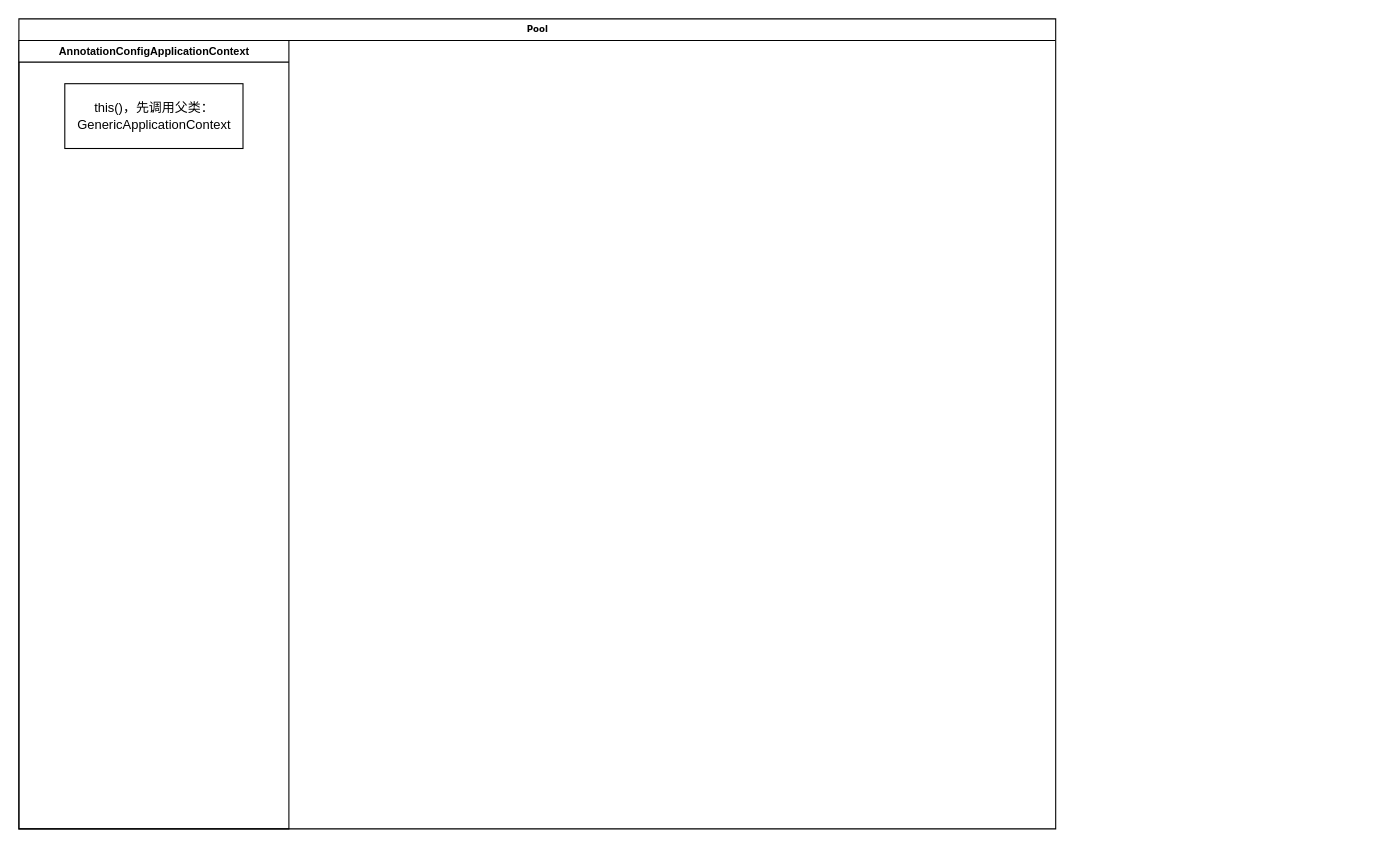
Before: 未命名绘图.drawio in Laspiirinne/PSO, a draw.io diagram. Source tidied: cells renumbered, new cells numbered last; positions are measured from the earlier drawing's top-left corner, leaving out a move shared by most shapes. Both pictures are drawn from the tidied source at 108%, with x=0, y=0 at pixel (18, 18).
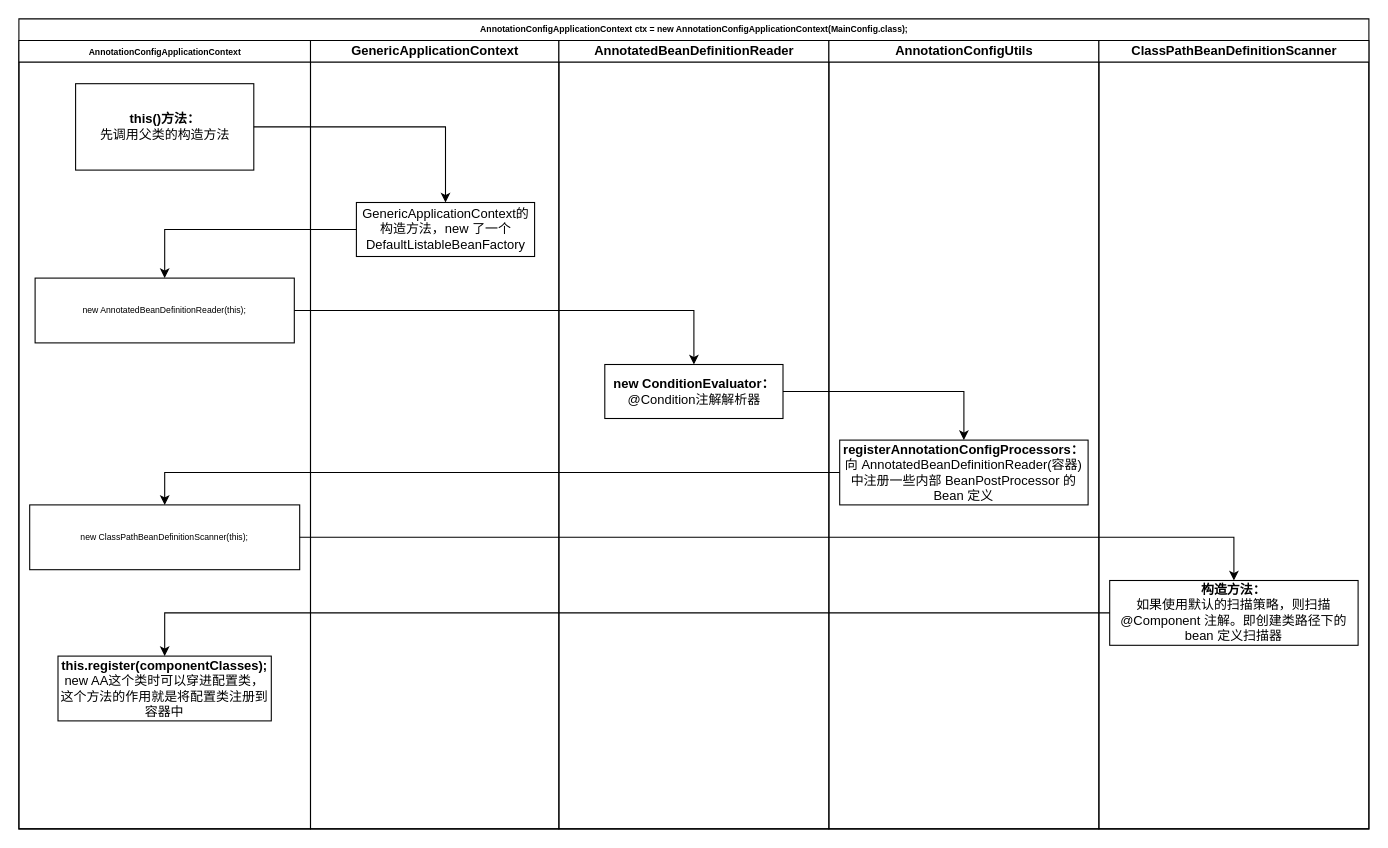
Above is the later version.

Commit message (it also covers changes not shown here):
更新未命名绘图.drawio

What changed in the source:
```diff
@@
-    <mxCell id="2" value="Pool" style="swimlane;html=1;startSize=20;rounded=0;shadow=0;labelBackgroundColor=none;strokeWidth=1;fontFamily=Verdana;fontSize=8;align=center;" parent="1" vertex="1">
-      <mxGeometry width="960" height="750" as="geometry" />
+    <mxCell id="2" value="&lt;strong style=&quot;text-align: start;&quot;&gt;&lt;font style=&quot;font-size: 8px;&quot; face=&quot;Helvetica&quot;&gt;&lt;font style=&quot;&quot;&gt;AnnotationConfigApplicationContext ctx = new A&lt;/font&gt;&lt;font style=&quot;&quot;&gt;nnotationConfigApplicationContext(MainConfig.class);&lt;/font&gt;&lt;/font&gt;&lt;/strong&gt;" style="swimlane;html=1;startSize=20;rounded=0;shadow=0;labelBackgroundColor=none;strokeWidth=1;fontFamily=Verdana;fontSize=8;align=center;" parent="1" vertex="1">
+      <mxGeometry width="1250" height="750" as="geometry" />
     </mxCell>
-    <mxCell id="3" value="&lt;strong style=&quot;font-family: &amp;quot;lucida grande&amp;quot;, &amp;quot;lucida sans unicode&amp;quot;, lucida, helvetica, &amp;quot;Hiragino Sans GB&amp;quot;, &amp;quot;Microsoft YaHei&amp;quot;, &amp;quot;WenQuanYi Micro Hei&amp;quot;, sans-serif; text-align: start;&quot;&gt;&lt;font style=&quot;font-size: 10px;&quot;&gt;AnnotationConfigApplicationContext&lt;/font&gt;&lt;/strong&gt;" style="swimlane;html=1;startSize=20;" parent="2" vertex="1">
-      <mxGeometry y="20" width="250" height="730" as="geometry" />
+    <mxCell id="3" value="&lt;strong style=&quot;text-align: start;&quot;&gt;&lt;font style=&quot;font-size: 8px;&quot;&gt;AnnotationConfigApplicationContext&lt;/font&gt;&lt;/strong&gt;" style="swimlane;html=1;startSize=20;" parent="2" vertex="1">
+      <mxGeometry y="20" width="270" height="730" as="geometry" />
     </mxCell>
-    <mxCell id="4" value="this()，先调用父类：&lt;br&gt;GenericApplicationContext" style="rounded=0;whiteSpace=wrap;html=1;" parent="3" vertex="1">
-      <mxGeometry x="42.5" y="40" width="165" height="60" as="geometry" />
+    <mxCell id="4" value="&lt;b&gt;this()方法：&lt;/b&gt;&lt;br&gt;先调用父类的构造方法&lt;br&gt;" style="rounded=0;whiteSpace=wrap;html=1;" parent="3" vertex="1">
+      <mxGeometry x="52.5" y="40" width="165" height="80" as="geometry" />
     </mxCell>
+    <mxCell id="5" value="&lt;div style=&quot;&quot;&gt;&lt;pre style=&quot;&quot;&gt;&lt;font face=&quot;Helvetica&quot; style=&quot;font-size: 8px;&quot;&gt;new AnnotatedBeanDefinitionReader(this);&lt;/font&gt;&lt;/pre&gt;&lt;/div&gt;" style="rounded=0;whiteSpace=wrap;html=1;" parent="3" vertex="1">
+      <mxGeometry x="15" y="220" width="240" height="60" as="geometry" />
+    </mxCell>
+    <mxCell id="6" value="&lt;div style=&quot;&quot;&gt;&lt;pre style=&quot;&quot;&gt;&lt;div style=&quot;&quot;&gt;&lt;pre style=&quot;&quot;&gt;&lt;font style=&quot;font-size: 8px;&quot; face=&quot;Helvetica&quot;&gt;new ClassPathBeanDefinitionScanner(this);&lt;/font&gt;&lt;/pre&gt;&lt;/div&gt;&lt;/pre&gt;&lt;/div&gt;" style="rounded=0;whiteSpace=wrap;html=1;" parent="3" vertex="1">
+      <mxGeometry x="10" y="430" width="250" height="60" as="geometry" />
+    </mxCell>
+    <mxCell id="7" value="&lt;b&gt;this.register(componentClasses);&lt;/b&gt;&lt;br&gt;new AA这个类时可以穿进配置类，这个方法的作用就是将配置类注册到容器中" style="rounded=0;whiteSpace=wrap;html=1;" parent="3" vertex="1">
+      <mxGeometry x="36.2" y="570" width="197.5" height="60" as="geometry" />
+    </mxCell>
+    <mxCell id="8" value="GenericApplicationContext" style="swimlane;html=1;startSize=20;" parent="2" vertex="1">
+      <mxGeometry x="270" y="20" width="230" height="730" as="geometry" />
+    </mxCell>
+    <mxCell id="9" value="GenericApplicationContext的构造方法，new 了一个DefaultListableBeanFactory" style="rounded=0;whiteSpace=wrap;html=1;" parent="8" vertex="1">
+      <mxGeometry x="42.5" y="150" width="165" height="50" as="geometry" />
+    </mxCell>
+    <mxCell id="10" value="AnnotatedBeanDefinitionReader" style="swimlane;html=1;startSize=20;" parent="2" vertex="1">
+      <mxGeometry x="500" y="20" width="250" height="730" as="geometry" />
+    </mxCell>
+    <mxCell id="11" value="&lt;b&gt;new ConditionEvaluator：&lt;br&gt;&lt;/b&gt;@Condition注解解析器" style="rounded=0;whiteSpace=wrap;html=1;" parent="10" vertex="1">
+      <mxGeometry x="42.5" y="300" width="165" height="50" as="geometry" />
+    </mxCell>
+    <mxCell id="12" style="edgeStyle=orthogonalEdgeStyle;rounded=0;jettySize=auto;html=1;" parent="2" edge="1" source="4" target="9">
+      <mxGeometry relative="1" as="geometry" />
+    </mxCell>
+    <mxCell id="13" style="edgeStyle=orthogonalEdgeStyle;rounded=0;jettySize=auto;html=1;entryX=0.5;entryY=0;entryDx=0;entryDy=0;" parent="2" edge="1" source="9" target="5">
+      <mxGeometry relative="1" as="geometry" />
+    </mxCell>
+    <mxCell id="14" style="edgeStyle=orthogonalEdgeStyle;rounded=0;jettySize=auto;html=1;entryX=0.5;entryY=0;entryDx=0;entryDy=0;" parent="2" edge="1" source="5" target="11">
+      <mxGeometry relative="1" as="geometry" />
+    </mxCell>
+    <mxCell id="15" style="edgeStyle=orthogonalEdgeStyle;rounded=0;jettySize=auto;html=1;entryX=0.5;entryY=0;entryDx=0;entryDy=0;" parent="2" edge="1" source="11" target="17">
+      <mxGeometry relative="1" as="geometry" />
+    </mxCell>
+    <mxCell id="16" value="AnnotationConfigUtils" style="swimlane;html=1;startSize=20;" parent="2" vertex="1">
+      <mxGeometry x="750" y="20" width="250" height="730" as="geometry" />
+    </mxCell>
+    <mxCell id="17" value="&lt;b&gt;registerAnnotationConfigProcessors：&lt;/b&gt;&lt;br&gt;向&amp;nbsp;AnnotatedBeanDefinitionReader(容器)&lt;span style=&quot;background-color: initial;&quot;&gt;中注册一些内部 BeanPostProcessor 的 Bean 定义&lt;/span&gt;" style="rounded=0;whiteSpace=wrap;html=1;" parent="16" vertex="1">
+      <mxGeometry x="10" y="370" width="230" height="60" as="geometry" />
+    </mxCell>
+    <mxCell id="18" style="edgeStyle=orthogonalEdgeStyle;rounded=0;jettySize=auto;html=1;entryX=0.5;entryY=0;entryDx=0;entryDy=0;" parent="2" edge="1" source="17" target="6">
+      <mxGeometry relative="1" as="geometry" />
+    </mxCell>
+    <mxCell id="19" value="ClassPathBeanDefinitionScanner" style="swimlane;html=1;startSize=20;" parent="2" vertex="1">
+      <mxGeometry x="1000" y="20" width="250" height="730" as="geometry" />
+    </mxCell>
+    <mxCell id="20" value="&lt;b&gt;构造方法&lt;span style=&quot;background-color: initial;&quot;&gt;：&lt;br&gt;&lt;/span&gt;&lt;/b&gt;如果使用默认的扫描策略，则扫描 @Component 注解。即创建类路径下的 bean 定义扫描器" style="rounded=0;whiteSpace=wrap;html=1;" parent="19" vertex="1">
+      <mxGeometry x="10" y="500" width="230" height="60" as="geometry" />
+    </mxCell>
+    <mxCell id="21" style="edgeStyle=orthogonalEdgeStyle;rounded=0;jettySize=auto;html=1;" parent="2" edge="1" source="6" target="20">
+      <mxGeometry relative="1" as="geometry" />
+    </mxCell>
+    <mxCell id="22" style="edgeStyle=orthogonalEdgeStyle;rounded=0;jettySize=auto;html=1;" parent="2" edge="1" source="20" target="7">
+      <mxGeometry relative="1" as="geometry" />
+    </mxCell>
```
